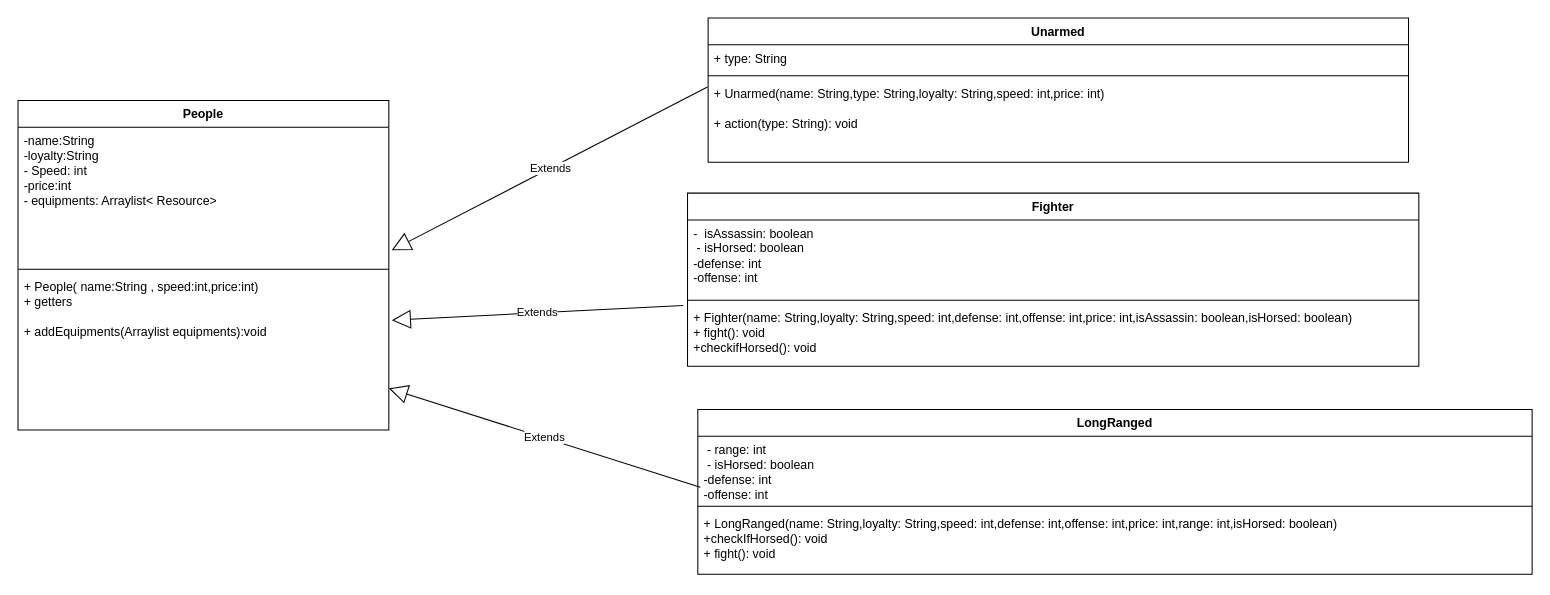
Above: UMLs/People/People.drawio in advanced-programming-sut-2023/project-group-41 (draw.io), before the change. Source tidied: cells renumbered, new cells numbered last; positions are measured from the earlier drawing's top-left corner, leaving out a move shared by most shapes. Both pictures are drawn from the tidied source at 103%, with x=0, y=0 at pixel (18, 18).
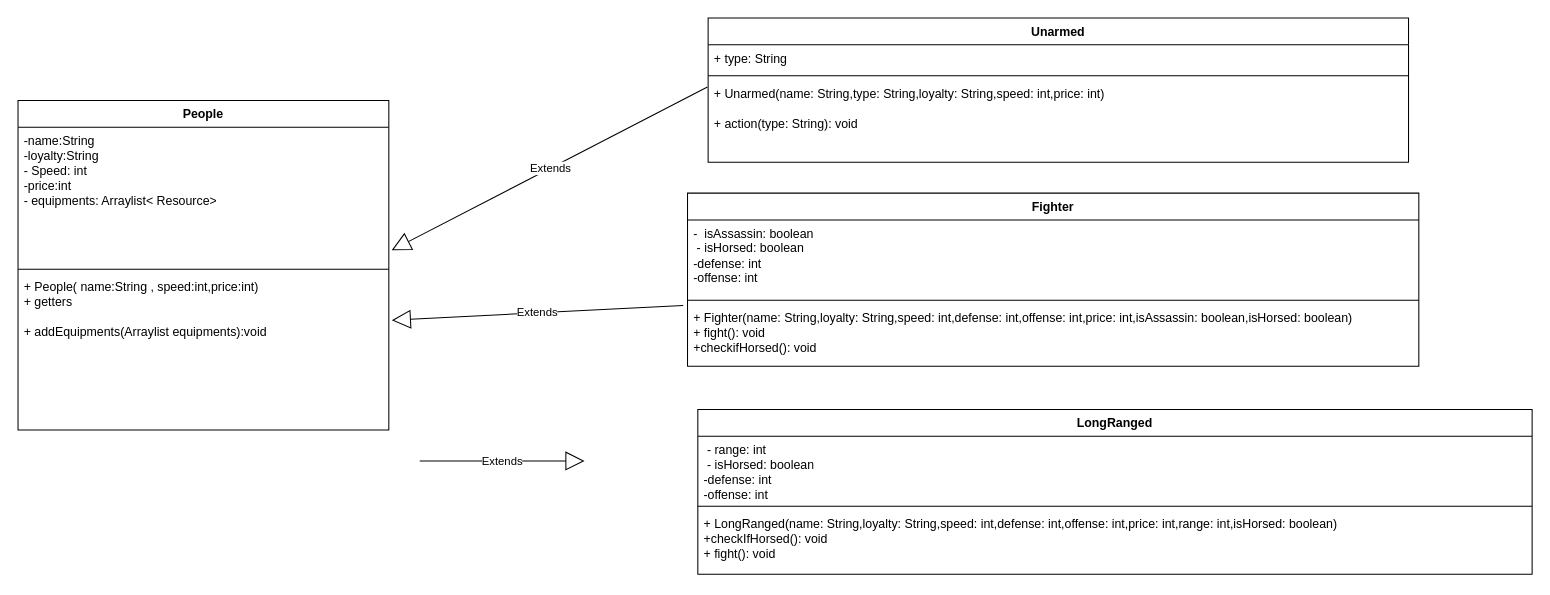
After the change.

Unchanged cells that the change refers to:
```xml
<mxCell id="5" value="+ People( name:String , speed:int,price:int)&lt;br&gt;+ getters&lt;br&gt;&lt;br&gt;+ addEquipments(Arraylist equipments):void" style="text;strokeColor=none;fillColor=none;align=left;verticalAlign=top;spacingLeft=4;spacingRight=4;overflow=hidden;points=[[0,0.5],[1,0.5]];portConstraint=eastwest;whiteSpace=wrap;html=1;" parent="2" vertex="1">
  <mxGeometry y="168" width="360" height="152" as="geometry" />
</mxCell>
<mxCell id="7" value="&amp;nbsp;- range: int&lt;br&gt;&amp;nbsp;- isHorsed: boolean&lt;br&gt;-defense: int&lt;br style=&quot;border-color: var(--border-color);&quot;&gt;-offense: int" style="text;strokeColor=none;fillColor=none;align=left;verticalAlign=top;spacingLeft=4;spacingRight=4;overflow=hidden;points=[[0,0.5],[1,0.5]];portConstraint=eastwest;whiteSpace=wrap;html=1;" parent="6" vertex="1">
  <mxGeometry y="26" width="810" height="64" as="geometry" />
</mxCell>
```

What changed in the source:
```diff
@@
-    <mxCell id="20" value="Extends" style="endArrow=block;endSize=16;endFill=0;html=1;rounded=0;exitX=0.003;exitY=0.775;exitDx=0;exitDy=0;exitPerimeter=0;entryX=1;entryY=0.734;entryDx=0;entryDy=0;entryPerimeter=0;" parent="1" edge="1" source="7" target="5">
-      <mxGeometry relative="1" as="geometry" />
+    <mxCell id="20" value="Extends" style="endArrow=block;endSize=16;endFill=0;html=1;rounded=0;" parent="1" edge="1">
+      <mxGeometry relative="1" as="geometry">
+        <mxPoint x="390" y="430" as="sourcePoint" />
+        <mxPoint x="550" y="430" as="targetPoint" />
+      </mxGeometry>
     </mxCell>
```
